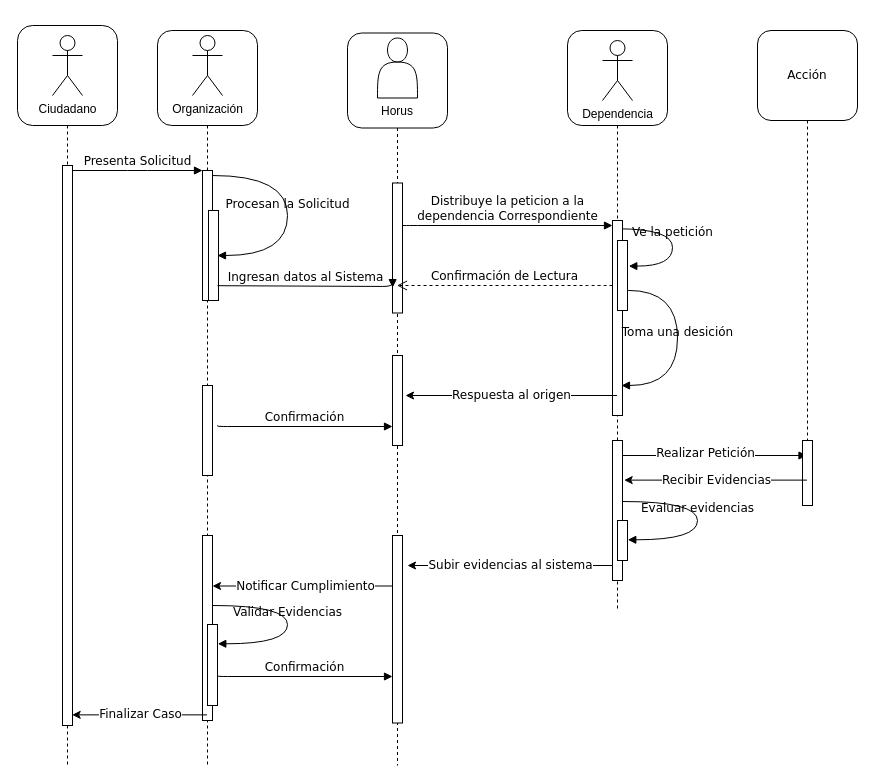
Earlier version of the draw.io diagram Diagrama Secuancias.drawio (DimitryGarces/Horus). Source tidied: cells renumbered, new cells numbered last; positions are measured from the earlier drawing's top-left corner, leaving out a move shared by most shapes. Both pictures are drawn from the tidied source at 100%, with x=0, y=0 at pixel (17, 25).
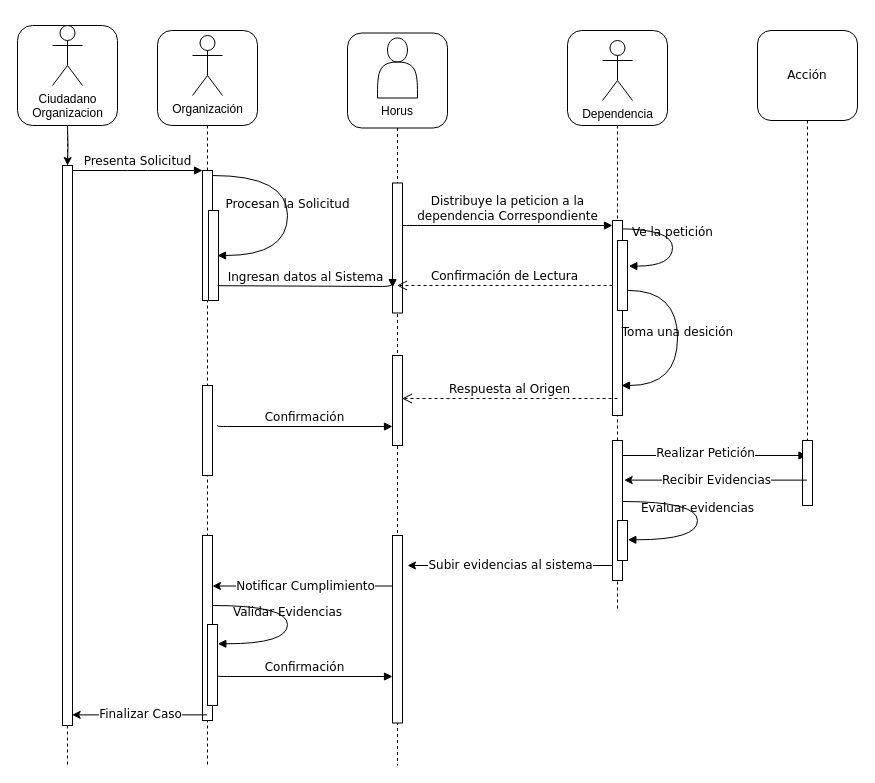
The same diagram, later.

Commit message (it also covers changes not shown here):
Space Containers

Unchanged cells that the change refers to:
```xml
<mxCell id="15" style="shape=umlLifeline;perimeter=lifelinePerimeter;whiteSpace=wrap;html=1;outlineConnect=0;rounded=1;shadow=0;comic=0;labelBackgroundColor=none;strokeWidth=1;fontFamily=Verdana;fontSize=12;align=center;size=95;" parent="1" vertex="1">
  <mxGeometry x="550" y="5" width="100" height="580" as="geometry" />
</mxCell>
<mxCell id="20" style="shape=umlLifeline;perimeter=lifelinePerimeter;whiteSpace=wrap;html=1;rounded=1;shadow=0;comic=0;labelBackgroundColor=none;strokeWidth=1;fontFamily=Verdana;fontSize=12;align=center;size=100;" parent="1" vertex="1">
  <mxGeometry width="100" height="740" as="geometry" />
</mxCell>
<mxCell id="21" style="html=1;points=[];perimeter=orthogonalPerimeter;rounded=0;shadow=0;comic=0;labelBackgroundColor=none;strokeWidth=1;fontFamily=Verdana;fontSize=12;align=center;" parent="20" vertex="1">
  <mxGeometry x="45" y="140" width="10" height="560" as="geometry" />
</mxCell>
```

Change to the diagram source:
```diff
@@
+    <mxCell id="43" style="edgeStyle=orthogonalEdgeStyle;rounded=0;jettySize=auto;html=1;" parent="20" edge="1" target="21">
+      <mxGeometry relative="1" as="geometry">
+        <mxPoint x="50" y="100" as="sourcePoint" />
+      </mxGeometry>
+    </mxCell>
-    <mxCell id="22" value="Ciudadano" style="shape=umlActor;verticalLabelPosition=bottom;verticalAlign=top;html=1;" parent="20" vertex="1">
-      <mxGeometry x="35" y="10" width="30" height="60" as="geometry" />
+    <mxCell id="22" value="Ciudadano&lt;br&gt;Organizacion" style="shape=umlActor;verticalLabelPosition=bottom;verticalAlign=top;html=1;" parent="20" vertex="1">
+      <mxGeometry x="35" width="30" height="60" as="geometry" />
     </mxCell>
@@
-    <mxCell id="35" value="Respuesta al origen" style="endArrow=classic;html=1;rounded=0;fontFamily=Verdana;fontSize=12;" parent="1" edge="1" source="15">
-      <mxGeometry relative="1" as="geometry">
-        <mxPoint x="388" y="370" as="targetPoint" />
-        <Array as="points">
-          <mxPoint x="500" y="370" />
-        </Array>
-      </mxGeometry>
-    </mxCell>
@@
+    <mxCell id="44" value="Respuesta al Origen" style="html=1;verticalAlign=bottom;endArrow=open;dashed=1;endSize=8;labelBackgroundColor=none;fontFamily=Verdana;fontSize=12;edgeStyle=elbowEdgeStyle;elbow=vertical;" parent="1" edge="1">
+      <mxGeometry relative="1" as="geometry">
+        <mxPoint x="600" y="373" as="sourcePoint" />
+        <mxPoint x="384.5" y="373" as="targetPoint" />
+        <Array as="points">
+          <mxPoint x="585" y="373" />
+          <mxPoint x="615" y="373" />
+        </Array>
+      </mxGeometry>
+    </mxCell>
```
